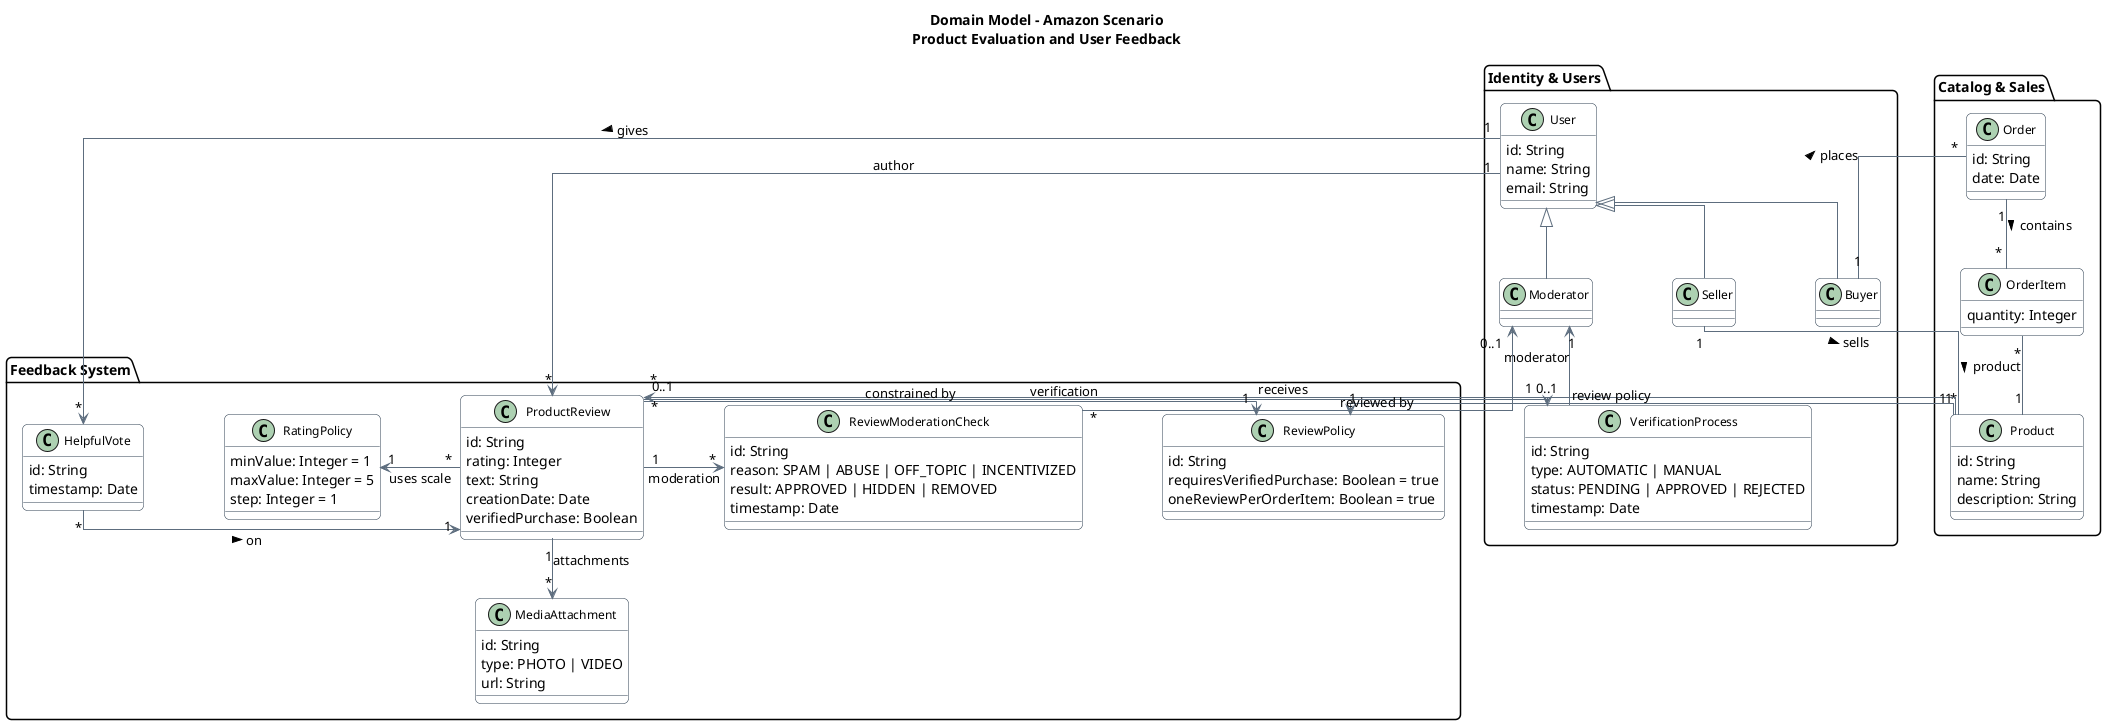
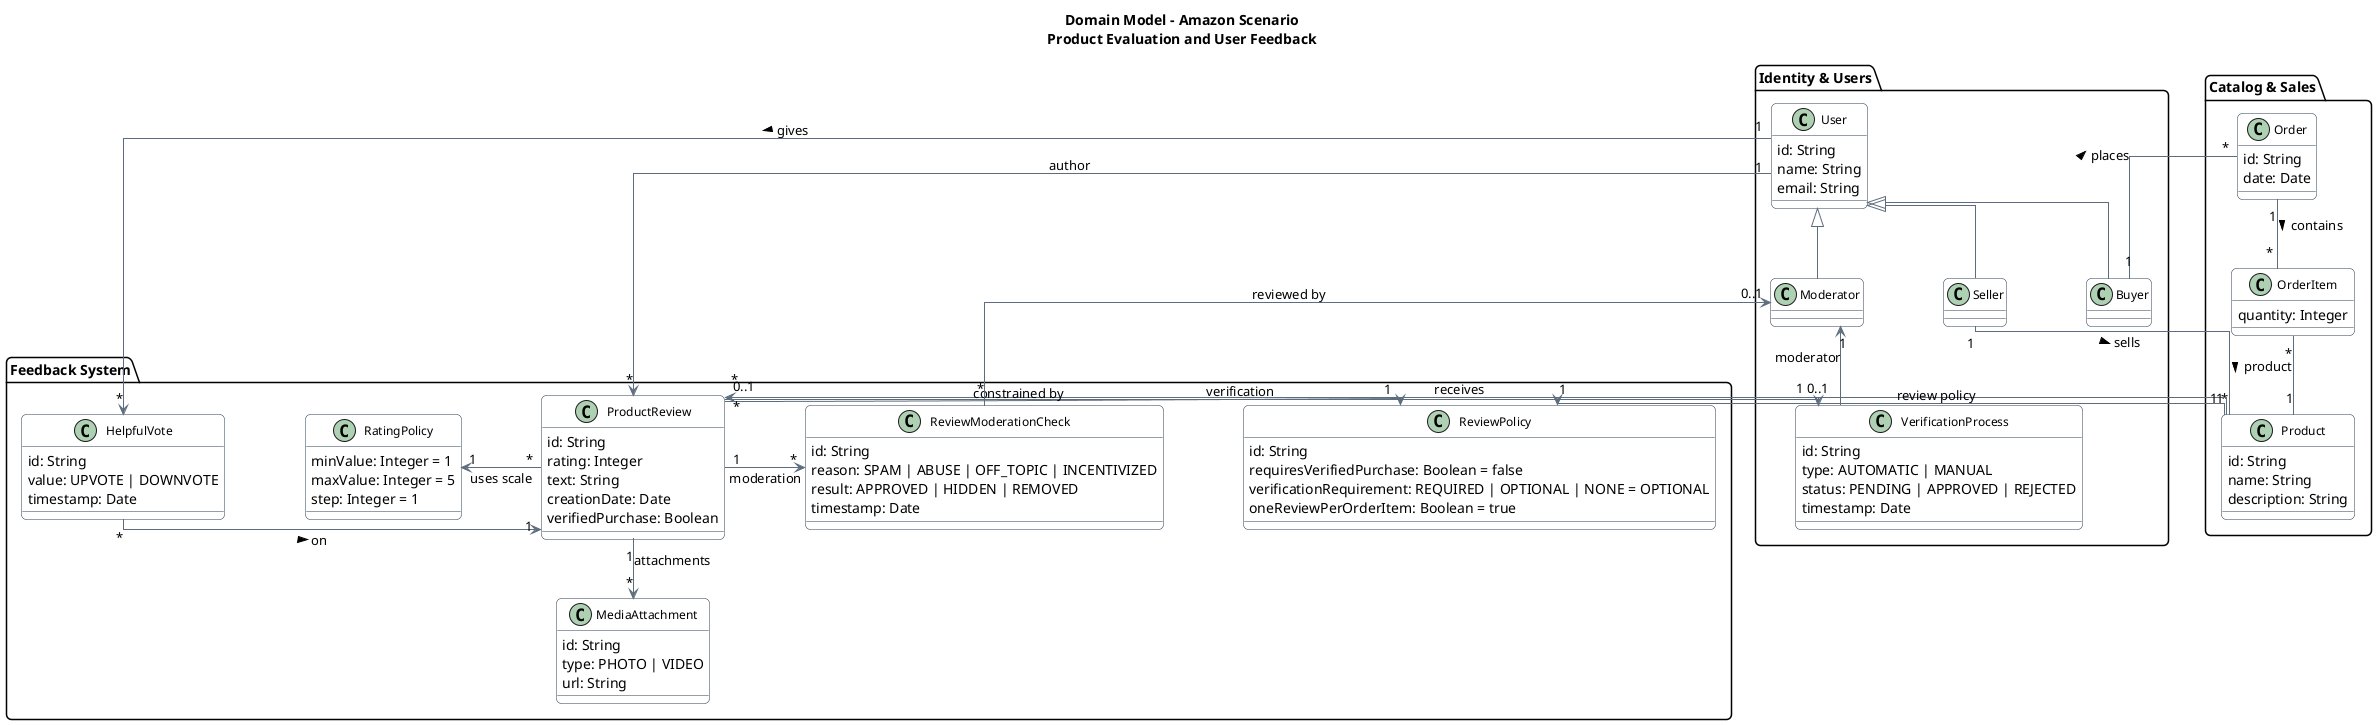
@startuml
skinparam linetype ortho
skinparam nodesep 80
skinparam ranksep 60
skinparam roundCorner 10
skinparam shadowing false
skinparam classAttributeIconSize 0

skinparam class {
    BackgroundColor White
    BorderColor #2D3E50
    ArrowColor #5D6D7E
    FontSize 12
}

title Domain Model – Amazon Scenario\nProduct Evaluation and User Feedback

package "Identity & Users" {

    class User {
        id: String
        name: String
        email: String
    }

    class Buyer
    class Seller
    class Moderator

    class VerificationProcess {
        id: String
        type: AUTOMATIC | MANUAL
        status: PENDING | APPROVED | REJECTED
        timestamp: Date
    }
}

package "Catalog & Sales" {

    class Product {
        id: String
        name: String
        description: String
    }

    class Order {
        id: String
        date: Date
    }

    class OrderItem {
        quantity: Integer
    }
}

package "Feedback System" {

    class ProductReview {
        id: String
        rating: Integer
        text: String
        creationDate: Date
        verifiedPurchase: Boolean
    }

    class MediaAttachment {
        id: String
        type: PHOTO | VIDEO
        url: String
    }

    class HelpfulVote {
        id: String
+         value: UPVOTE | DOWNVOTE
        timestamp: Date
    }

    class RatingPolicy {
        minValue: Integer = 1
        maxValue: Integer = 5
        step: Integer = 1
    }

    class ReviewPolicy {
        id: String
-         requiresVerifiedPurchase: Boolean = true
+         requiresVerifiedPurchase: Boolean = false
+         verificationRequirement: REQUIRED | OPTIONAL | NONE = OPTIONAL
        oneReviewPerOrderItem: Boolean = true
    }

    class ReviewModerationCheck {
        id: String
        reason: SPAM | ABUSE | OFF_TOPIC | INCENTIVIZED
        result: APPROVED | HIDDEN | REMOVED
        timestamp: Date
    }
}

User <|-- Buyer
User <|-- Seller
User <|-- Moderator

Buyer "1" -- "*" Order : places >
Order "1" -- "*" OrderItem : contains >
OrderItem "*" -- "1" Product : product >
Seller "1" -- "*" Product : sells >

User "1" -right-> "*" ProductReview : author
Product "1" -right-> "*" ProductReview : receives

ProductReview "1" -down-> "*" MediaAttachment : attachments

ProductReview "0..1" -down-> "1" VerificationProcess : verification
VerificationProcess "0..1" -up-> "1" Moderator : moderator

Product "1" -down-> "1" ReviewPolicy : review policy
ProductReview "*" -left-> "1" RatingPolicy : uses scale
ProductReview "*" -left-> "1" ReviewPolicy : constrained by
ProductReview "1" -right-> "*" ReviewModerationCheck : moderation
ReviewModerationCheck "*" -up-> "0..1" Moderator : reviewed by

' Helpful votes
User "1" -right-> "*" HelpfulVote : gives >
HelpfulVote "*" -left-> "1" ProductReview : on >

@enduml